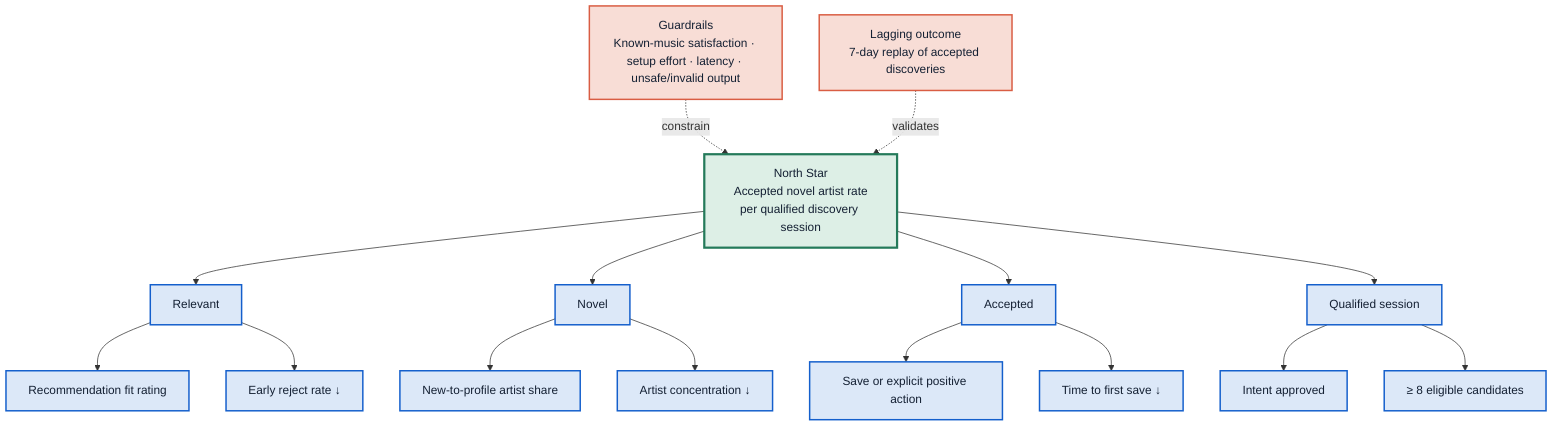
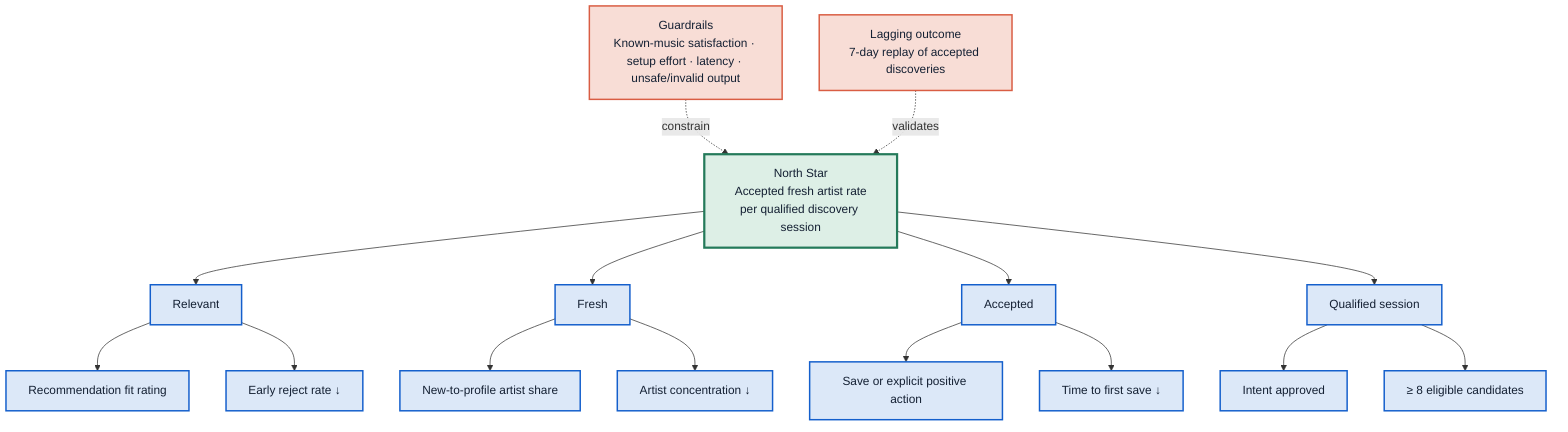
flowchart TD
-     NS["North Star\nAccepted novel artist rate\nper qualified discovery session"]
+     NS["North Star\nAccepted fresh artist rate\nper qualified discovery session"]
    NS --> R["Relevant"]
-     NS --> N["Novel"]
+     NS --> N["Fresh"]
    NS --> A["Accepted"]
    NS --> Q["Qualified session"]

    R --> R1["Recommendation fit rating"]
    R --> R2["Early reject rate ↓"]
    N --> N1["New-to-profile artist share"]
    N --> N2["Artist concentration ↓"]
    A --> A1["Save or explicit positive action"]
    A --> A2["Time to first save ↓"]
    Q --> Q1["Intent approved"]
    Q --> Q2["≥ 8 eligible candidates"]

    G["Guardrails\nKnown-music satisfaction · setup effort · latency · unsafe/invalid output"] -. constrain .-> NS
    L["Lagging outcome\n7-day replay of accepted discoveries"] -. validates .-> NS

    classDef north fill:#DDEFE6,stroke:#247A5A,color:#142033,stroke-width:3px;
    classDef driver fill:#DCE8F8,stroke:#145FCC,color:#142033,stroke-width:2px;
    classDef guard fill:#F8DDD6,stroke:#D95D43,color:#142033,stroke-width:2px;
    class NS north;
    class R,N,A,Q,R1,R2,N1,N2,A1,A2,Q1,Q2 driver;
    class G,L guard;
